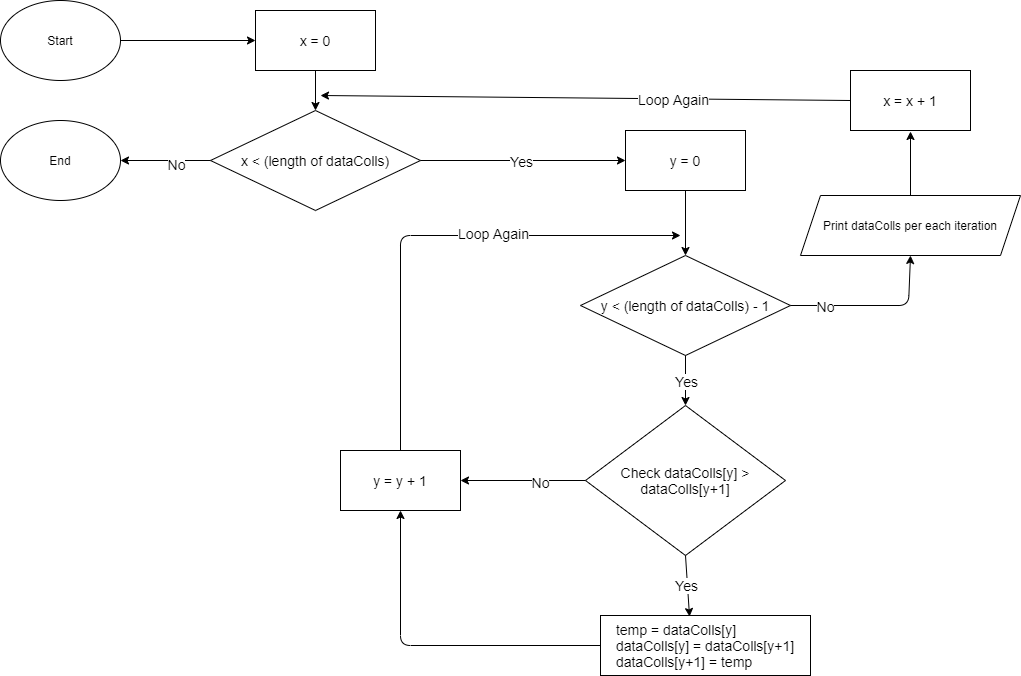
The draw.io diagram bubble-sort/FlowChart.png in bayupuspanugraha/sorting-algorithm, before a commit. Source tidied: cells renumbered, new cells last; positions are measured from the earlier drawing's top-left corner, leaving out a move shared by most shapes.
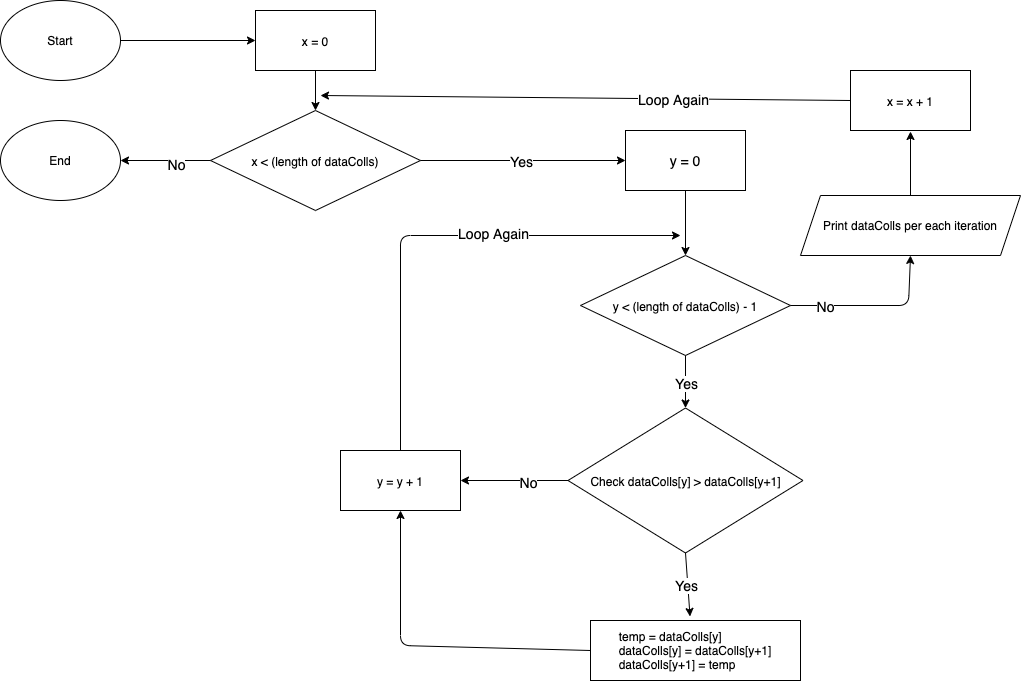
The same file after the commit.

Diff of the diagram source:
```diff
@@ -8,13 +8,13 @@
     <mxCell id="3" value="End" style="ellipse;whiteSpace=wrap;html=1;" parent="1" vertex="1">
       <mxGeometry y="120" width="120" height="80" as="geometry" />
     </mxCell>
-    <mxCell id="4" value="x = 0" style="rounded=0;whiteSpace=wrap;html=1;fontSize=14;" parent="1" vertex="1">
+    <mxCell id="4" value="&lt;font style=&quot;font-size: 12px&quot;&gt;x = 0&lt;/font&gt;" style="rounded=0;whiteSpace=wrap;html=1;fontSize=14;" parent="1" vertex="1">
       <mxGeometry x="255" y="10" width="120" height="60" as="geometry" />
     </mxCell>
-    <mxCell id="5" value="x &amp;lt; (length of dataColls)" style="rhombus;whiteSpace=wrap;html=1;fontSize=14;" parent="1" vertex="1">
+    <mxCell id="5" value="&lt;font style=&quot;font-size: 12px&quot;&gt;x &amp;lt; (length of dataColls)&lt;/font&gt;" style="rhombus;whiteSpace=wrap;html=1;fontSize=14;" parent="1" vertex="1">
       <mxGeometry x="210" y="110" width="210" height="100" as="geometry" />
     </mxCell>
-    <mxCell id="6" value="x = x + 1" style="rounded=0;whiteSpace=wrap;html=1;fontSize=14;" parent="1" vertex="1">
+    <mxCell id="6" value="&lt;font style=&quot;font-size: 12px&quot;&gt;x = x + 1&lt;/font&gt;" style="rounded=0;whiteSpace=wrap;html=1;fontSize=14;" parent="1" vertex="1">
       <mxGeometry x="850" y="70" width="120" height="60" as="geometry" />
     </mxCell>
     <mxCell id="7" style="endArrow=classic;html=1;fontSize=14;exitX=0.5;exitY=1;exitDx=0;exitDy=0;entryX=0.5;entryY=0;entryDx=0;entryDy=0;" parent="1" edge="1" source="4" target="5">
@@ -23,20 +23,20 @@
     <mxCell id="8" value="y = 0" style="rounded=0;whiteSpace=wrap;html=1;fontSize=14;" parent="1" vertex="1">
       <mxGeometry x="625" y="130" width="120" height="60" as="geometry" />
     </mxCell>
-    <mxCell id="9" value="y &amp;lt; (length of dataColls) - 1" style="rhombus;whiteSpace=wrap;html=1;fontSize=14;" parent="1" vertex="1">
+    <mxCell id="9" value="&lt;font style=&quot;font-size: 12px&quot;&gt;y &amp;lt; (length of dataColls) - 1&lt;/font&gt;" style="rhombus;whiteSpace=wrap;html=1;fontSize=14;" parent="1" vertex="1">
       <mxGeometry x="580" y="255" width="210" height="100" as="geometry" />
     </mxCell>
     <mxCell id="10" style="endArrow=classic;html=1;fontSize=14;exitX=0.5;exitY=1;exitDx=0;exitDy=0;entryX=0.5;entryY=0;entryDx=0;entryDy=0;" parent="1" edge="1" source="8" target="9">
       <mxGeometry relative="1" as="geometry" />
     </mxCell>
-    <mxCell id="11" value="y = y + 1" style="rounded=0;whiteSpace=wrap;html=1;fontSize=14;" parent="1" vertex="1">
+    <mxCell id="11" value="&lt;font style=&quot;font-size: 12px&quot;&gt;y = y + 1&lt;/font&gt;" style="rounded=0;whiteSpace=wrap;html=1;fontSize=14;" parent="1" vertex="1">
       <mxGeometry x="340" y="450" width="120" height="60" as="geometry" />
     </mxCell>
-    <mxCell id="12" value="Check dataColls[y] &amp;gt; dataColls[y+1]" style="rhombus;whiteSpace=wrap;html=1;fontSize=14;" parent="1" vertex="1">
-      <mxGeometry x="585" y="405" width="200" height="150" as="geometry" />
+    <mxCell id="12" value="&lt;font style=&quot;font-size: 12px&quot;&gt;Check dataColls[y] &amp;gt; dataColls[y+1]&lt;/font&gt;" style="rhombus;whiteSpace=wrap;html=1;fontSize=14;" parent="1" vertex="1">
+      <mxGeometry x="567.5" y="407.5" width="235" height="145" as="geometry" />
     </mxCell>
-    <mxCell id="13" value="&lt;div style=&quot;text-align: left&quot;&gt;&lt;span&gt;temp = dataColls[y]&lt;/span&gt;&lt;/div&gt;&lt;div style=&quot;text-align: left&quot;&gt;&lt;span&gt;dataColls[y] = dataColls[y+1]&lt;/span&gt;&lt;/div&gt;&lt;div style=&quot;text-align: left&quot;&gt;&lt;span&gt;dataColls[y+1] = temp&lt;/span&gt;&lt;/div&gt;" style="rounded=0;whiteSpace=wrap;html=1;fontSize=14;" parent="1" vertex="1">
-      <mxGeometry x="600" y="615" width="210" height="60" as="geometry" />
+    <mxCell id="13" value="&lt;div style=&quot;text-align: left ; font-size: 12px&quot;&gt;&lt;font style=&quot;font-size: 12px&quot;&gt;temp = dataColls[y]&lt;/font&gt;&lt;/div&gt;&lt;div style=&quot;text-align: left ; font-size: 12px&quot;&gt;&lt;span&gt;&lt;font style=&quot;font-size: 12px&quot;&gt;dataColls[y] = dataColls[y+1]&lt;/font&gt;&lt;/span&gt;&lt;/div&gt;&lt;div style=&quot;text-align: left ; font-size: 12px&quot;&gt;&lt;font style=&quot;font-size: 12px&quot;&gt;dataColls[y+1] = temp&lt;/font&gt;&lt;/div&gt;" style="rounded=0;whiteSpace=wrap;html=1;fontSize=14;" parent="1" vertex="1">
+      <mxGeometry x="590" y="620" width="210" height="60" as="geometry" />
     </mxCell>
     <mxCell id="14" style="endArrow=classic;html=1;fontSize=14;exitX=0.5;exitY=1;exitDx=0;exitDy=0;" parent="1" edge="1" source="9" target="12">
       <mxGeometry relative="1" as="geometry" />
@@ -46,7 +46,7 @@
         <mxPoint x="-3" y="-15" as="offset" />
       </mxGeometry>
     </mxCell>
-    <mxCell id="16" style="endArrow=classic;html=1;fontSize=14;entryX=0.424;entryY=0.017;entryDx=0;entryDy=0;entryPerimeter=0;exitX=0.5;exitY=1;exitDx=0;exitDy=0;" parent="1" edge="1" source="12" target="13">
+    <mxCell id="16" style="endArrow=classic;html=1;fontSize=14;entryX=0.474;entryY=-0.067;entryDx=0;entryDy=0;entryPerimeter=0;exitX=0.5;exitY=1;exitDx=0;exitDy=0;" parent="1" edge="1" source="12" target="13">
       <mxGeometry relative="1" as="geometry" />
     </mxCell>
     <mxCell id="17" value="Yes" style="edgeLabel;html=1;align=center;verticalAlign=middle;fontSize=14;" parent="16" vertex="1">
```
